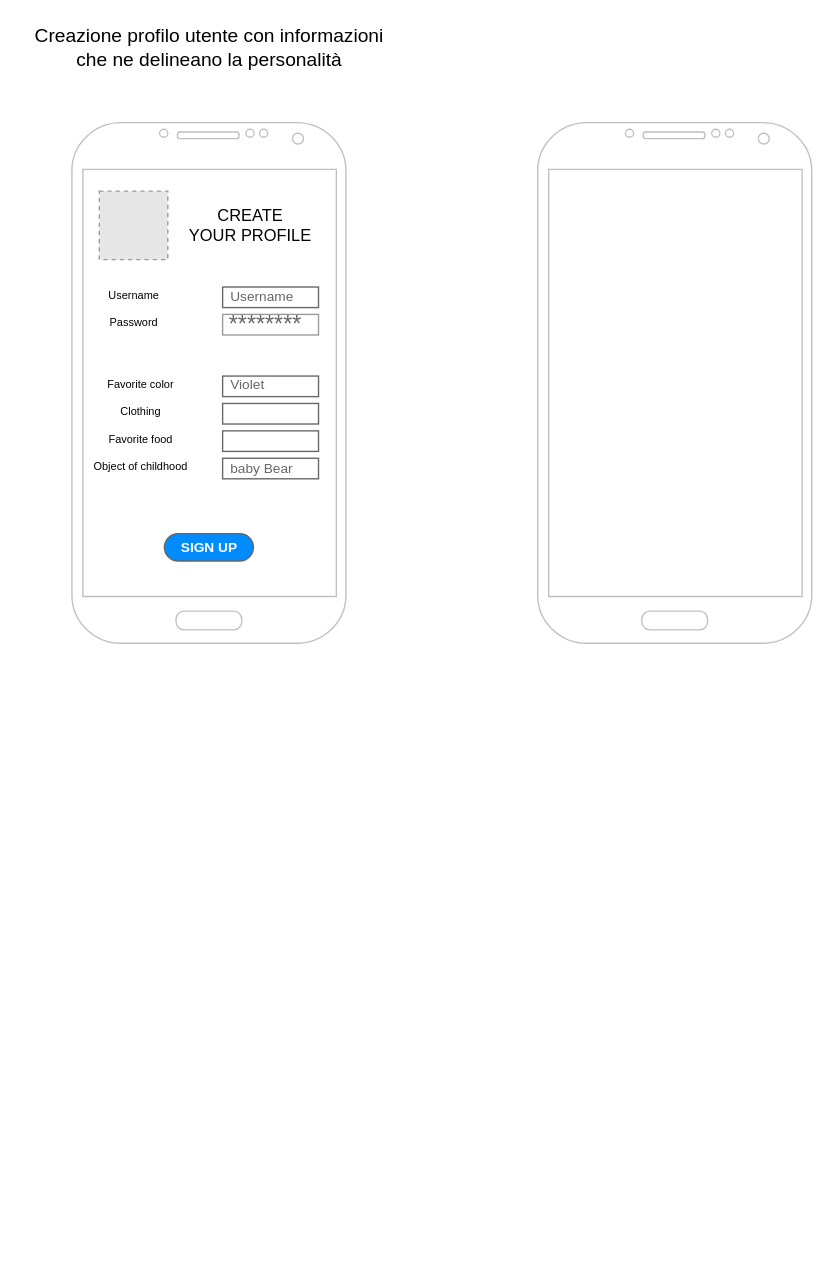
Before: Pagina.drawio in ChiaraGismondi02/ArtisticMood, a draw.io diagram. Source tidied: cells renumbered, new cells numbered last; positions are measured from the earlier drawing's top-left corner, leaving out a move shared by most shapes. Both pictures are drawn from the tidied source at 137%, with x=0, y=0 at pixel (23, 26). Pictures stored in the file or linked from it are replaced by grey dashed boxes.
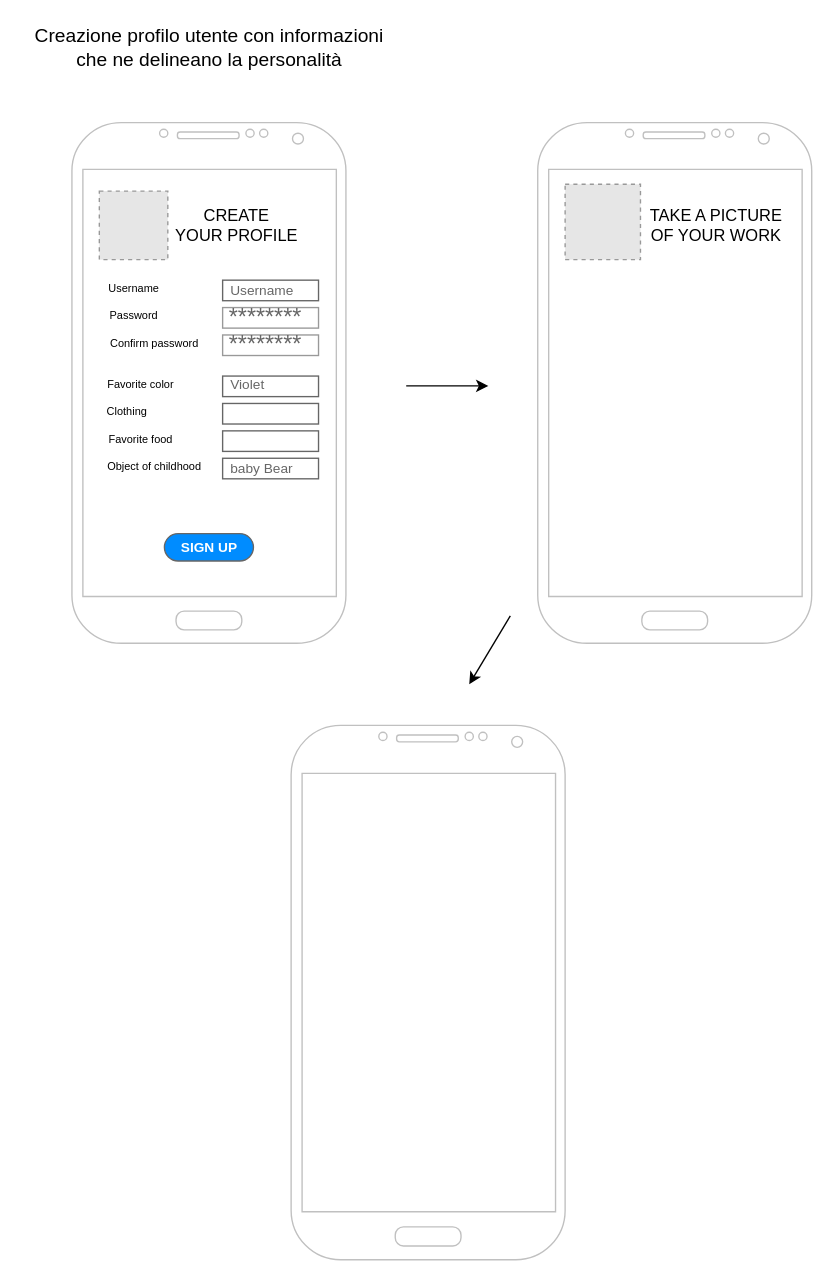
The same page after the edit.

Change to the diagram source:
```diff
@@
     <mxCell id="5" value="CREATE &lt;br&gt;YOUR PROFILE" style="text;html=1;align=center;verticalAlign=middle;fillColor=none;strokeColor=none;rounded=0;" parent="1" vertex="1">
-      <mxGeometry x="115" y="130" width="100" height="30" as="geometry" />
+      <mxGeometry x="105" y="130" width="100" height="30" as="geometry" />
     </mxCell>
@@
     <mxCell id="7" value="&lt;font style=&quot;font-size: 10px&quot;&gt;Username&lt;/font&gt;" style="strokeWidth=1;shadow=0;dashed=0;align=center;html=1;shape=mxgraph.mockup.text.textBox;fontColor=#666666;align=left;fontSize=17;spacingLeft=4;spacingTop=-3;strokeColor=#666666;mainText=;" parent="1" vertex="1">
-      <mxGeometry x="145" y="190" width="70" height="15" as="geometry" />
+      <mxGeometry x="145" y="185" width="70" height="15" as="geometry" />
     </mxCell>
@@
     <mxCell id="11" value="&lt;font style=&quot;font-size: 8px&quot;&gt;Username&lt;/font&gt;" style="text;html=1;align=center;verticalAlign=middle;fillColor=none;strokeColor=none;rounded=0;" parent="1" vertex="1">
-      <mxGeometry x="55" y="185" width="50" height="20" as="geometry" />
+      <mxGeometry x="55" y="180" width="50" height="20" as="geometry" />
     </mxCell>
     <mxCell id="12" value="&lt;font style=&quot;font-size: 8px&quot;&gt;Password&lt;/font&gt;" style="text;html=1;align=center;verticalAlign=middle;fillColor=none;strokeColor=none;rounded=0;" parent="1" vertex="1">
-      <mxGeometry x="55" y="205" width="50" height="20" as="geometry" />
+      <mxGeometry x="55" y="200" width="50" height="20" as="geometry" />
     </mxCell>
     <mxCell id="13" value="********" style="strokeWidth=1;shadow=0;dashed=0;align=center;html=1;shape=mxgraph.mockup.forms.pwField;strokeColor=#999999;mainText=;align=left;fontColor=#666666;fontSize=17;spacingLeft=3;" parent="1" vertex="1">
-      <mxGeometry x="145" y="210" width="70" height="15" as="geometry" />
+      <mxGeometry x="145" y="205" width="70" height="15" as="geometry" />
     </mxCell>
@@
     <mxCell id="15" value="&lt;span style=&quot;font-size: 8px&quot;&gt;Clothing&lt;/span&gt;" style="text;html=1;align=center;verticalAlign=middle;fillColor=none;strokeColor=none;rounded=0;" parent="1" vertex="1">
-      <mxGeometry x="65" y="270" width="40" height="20" as="geometry" />
+      <mxGeometry x="55" y="270" width="40" height="20" as="geometry" />
     </mxCell>
@@
     <mxCell id="17" value="&lt;span style=&quot;font-size: 8px&quot;&gt;Object of childhood&lt;/span&gt;" style="text;html=1;align=center;verticalAlign=middle;fillColor=none;strokeColor=none;rounded=0;" parent="1" vertex="1">
-      <mxGeometry x="45" y="310" width="80" height="20" as="geometry" />
+      <mxGeometry x="55" y="310" width="80" height="20" as="geometry" />
     </mxCell>
@@
+    <mxCell id="20" value="&lt;font style=&quot;font-size: 8px&quot;&gt;Confirm password&lt;/font&gt;" style="text;html=1;align=center;verticalAlign=middle;fillColor=none;strokeColor=none;rounded=0;" parent="1" vertex="1">
+      <mxGeometry x="55" y="220" width="80" height="20" as="geometry" />
+    </mxCell>
+    <mxCell id="21" value="********" style="strokeWidth=1;shadow=0;dashed=0;align=center;html=1;shape=mxgraph.mockup.forms.pwField;strokeColor=#999999;mainText=;align=left;fontColor=#666666;fontSize=17;spacingLeft=3;" parent="1" vertex="1">
+      <mxGeometry x="145" y="225" width="70" height="15" as="geometry" />
+    </mxCell>
+    <mxCell id="22" style="endArrow=classic;html=1;" parent="1" edge="1">
+      <mxGeometry relative="1" as="geometry">
+        <mxPoint x="279" y="262.2" as="sourcePoint" />
+        <mxPoint x="339" y="262.2" as="targetPoint" />
+      </mxGeometry>
+    </mxCell>
+    <mxCell id="23" style="verticalLabelPosition=bottom;verticalAlign=top;html=1;shadow=0;dashed=0;strokeWidth=1;shape=mxgraph.android.phone2;strokeColor=#c0c0c0;" parent="1" vertex="1">
+      <mxGeometry x="195" y="510" width="200" height="390" as="geometry" />
+    </mxCell>
+    <mxCell id="24" style="endArrow=classic;html=1;" parent="1" edge="1">
+      <mxGeometry relative="1" as="geometry">
+        <mxPoint x="355" y="430" as="sourcePoint" />
+        <mxPoint x="325" y="480" as="targetPoint" />
+      </mxGeometry>
+    </mxCell>
+    <mxCell id="25" style="fillColor=#E6E6E6;strokeColor=#999999;dashed=1;html=1;verticalAlign=top;verticalLabelPosition=bottom;labelBackgroundColor=#ffffff;" parent="1" vertex="1">
+      <mxGeometry x="395" y="115" width="55" height="55" as="geometry" />
+    </mxCell>
+    <mxCell id="26" value="TAKE A PICTURE &lt;br&gt;OF YOUR WORK" style="text;html=1;align=center;verticalAlign=middle;fillColor=none;strokeColor=none;rounded=0;" parent="1" vertex="1">
+      <mxGeometry x="450" y="130" width="110" height="30" as="geometry" />
+    </mxCell>
```
